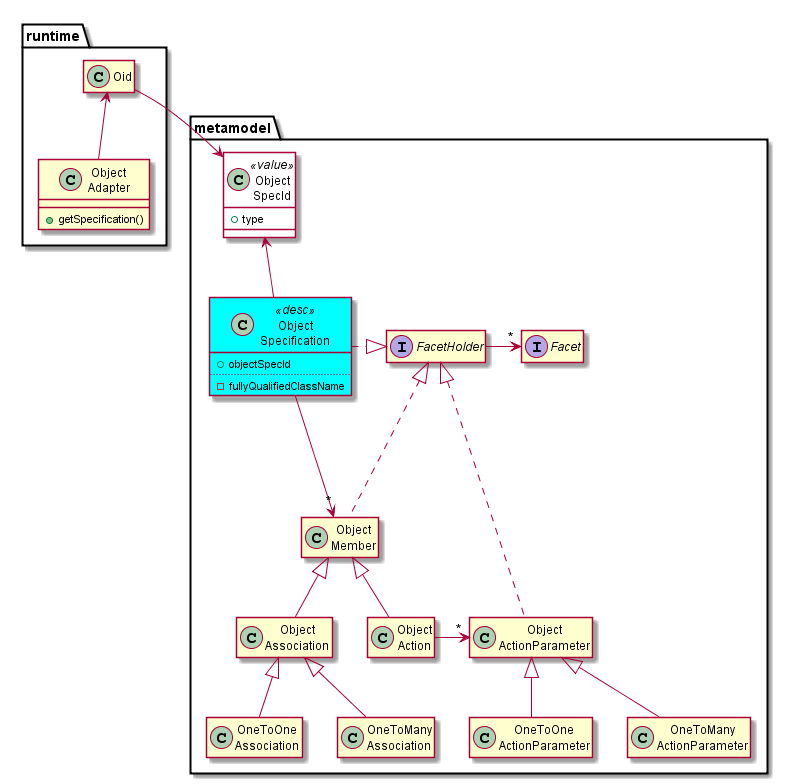
Above: content/versions/current/guides/ad/_images/metamodel.png in apache/causeway-site (PlantUML), before the change.
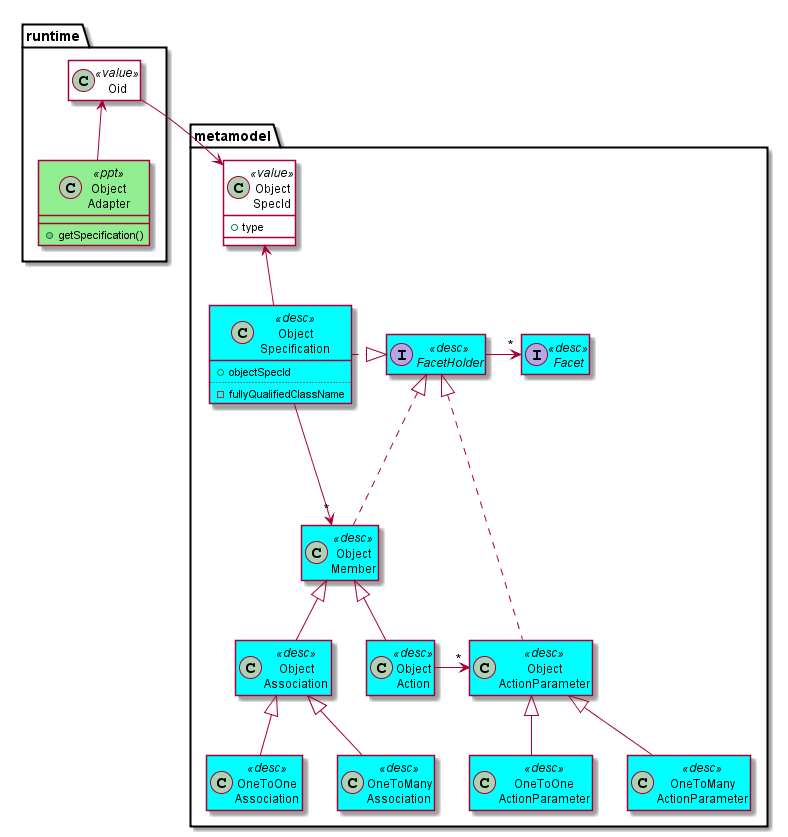
The same diagram one commit later.

The edit, as a diff of the source:
```diff
@@ -26,47 +26,47 @@
         -fullyQualifiedClassName
     }
 
-    class Object\nMember {
+    class Object\nMember<<desc>> {
 
     }
 
-    class Object\nAction {
+    class Object\nAction<<desc>> {
 
     }
 
-    class Object\nAssociation {
+    class Object\nAssociation<<desc>> {
 
     }
 
-    class OneToOne\nAssociation {
+    class OneToOne\nAssociation<<desc>> {
 
     }
 
-    class OneToMany\nAssociation {
+    class OneToMany\nAssociation<<desc>> {
 
     }
 
-    interface FacetHolder {
+    interface FacetHolder<<desc>> {
     }
 
-    class Object\nActionParameter {
+    class Object\nActionParameter<<desc>> {
     }
 
-    class OneToOne\nActionParameter {
+    class OneToOne\nActionParameter<<desc>> {
     }
 
-    interface Facet {
+    interface Facet<<desc>> {
     }
 
-    class OneToMany\nActionParameter {
+    class OneToMany\nActionParameter<<desc>> {
     }
 }
 
 package runtime {
-    class Object\nAdapter {
+    class Object\nAdapter<<ppt>> {
         +getSpecification()
     }
-    class Oid {
+    class Oid<<value>> {
 
     }
 }
```
